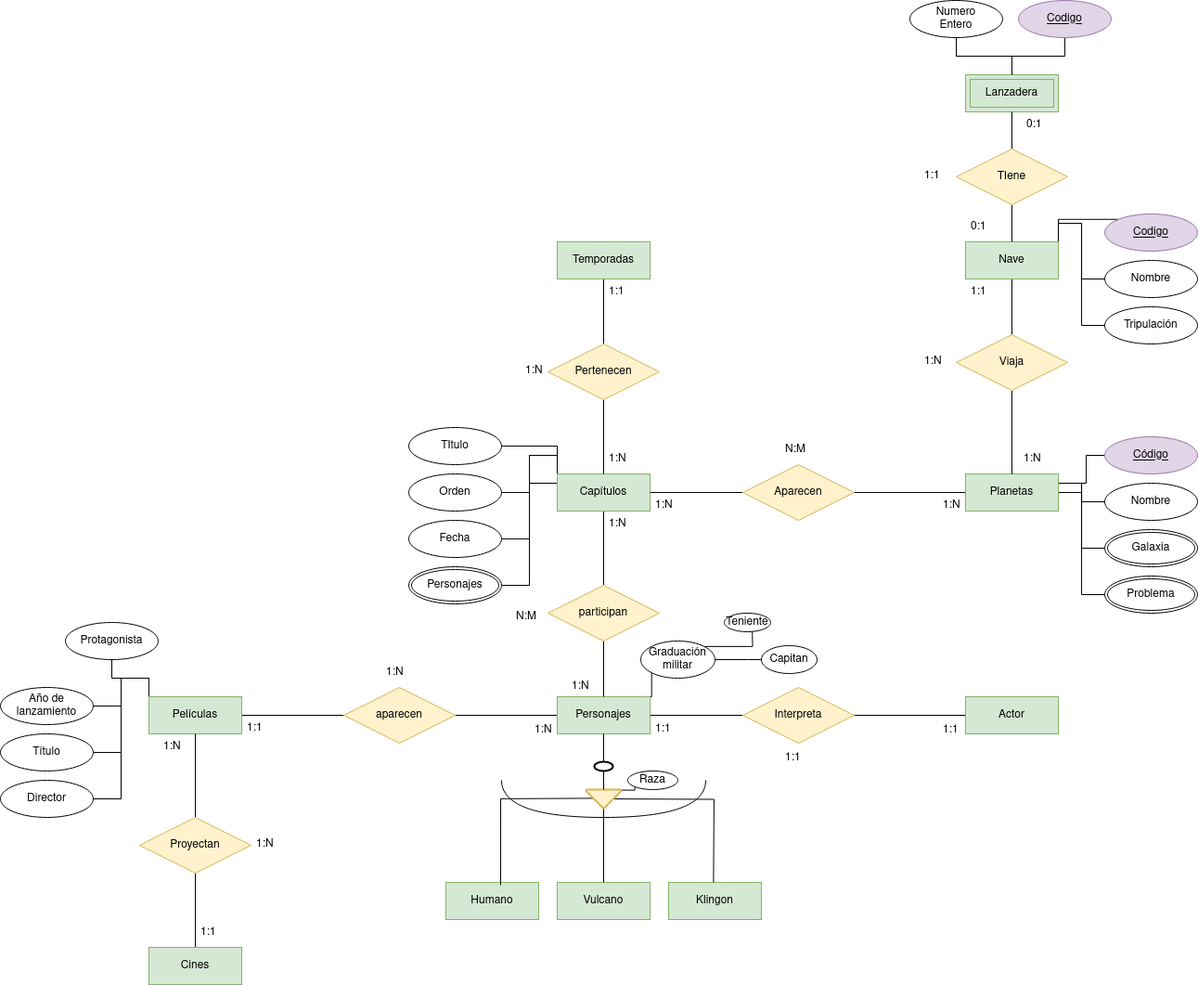
Before: Unidad-1/Tareas/Tarea-evaluable3/Diagrama sin título.drawio.png, a diagram exported from draw.io (jdrguez/2-Daw). Source tidied: cells renumbered, new cells last; positions are measured from the earlier drawing's top-left corner, leaving out a move shared by most shapes.
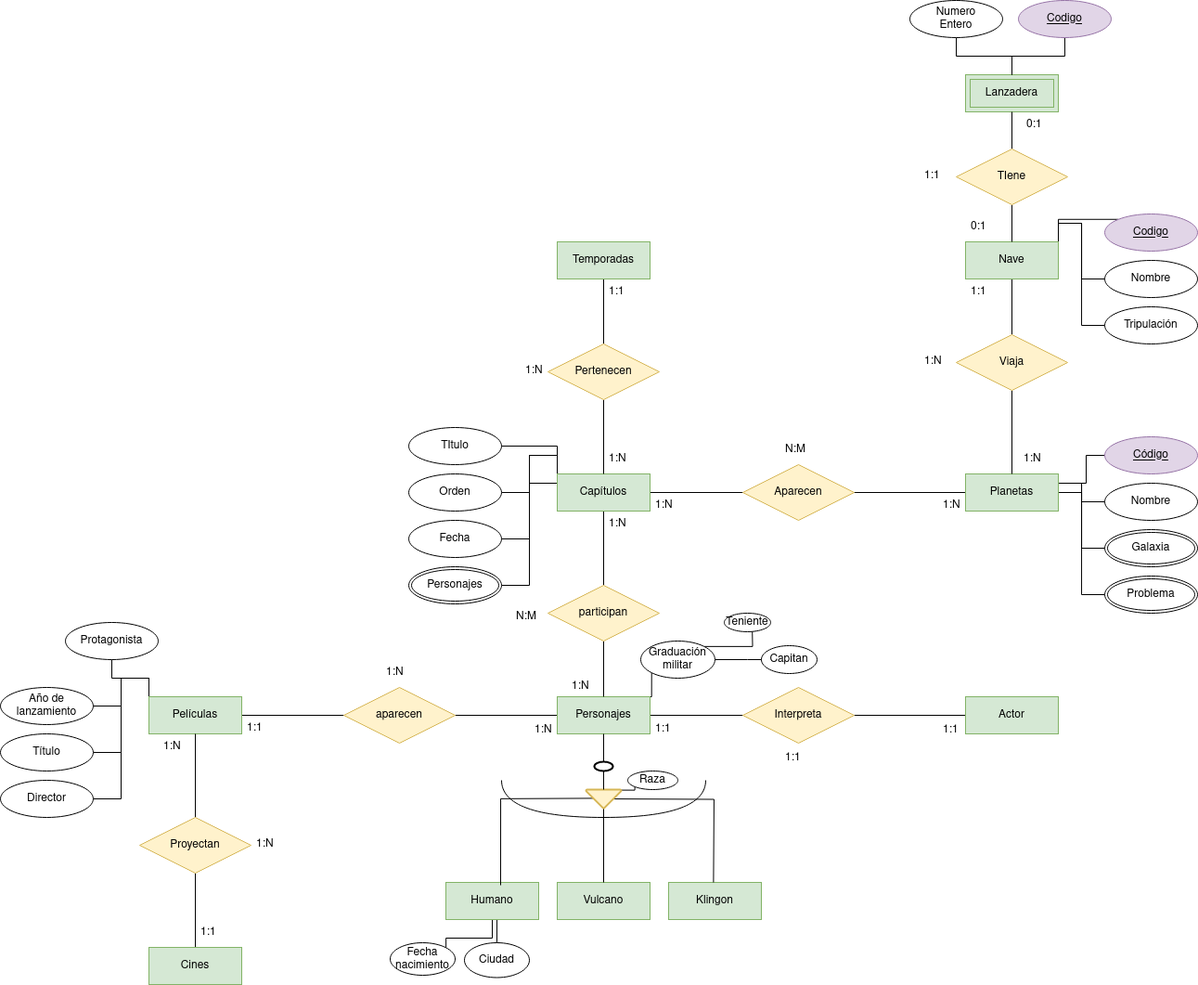
The same file after the commit.

What changed in the source:
```diff
@@ -14,6 +14,12 @@
     <mxCell id="5" value="Personajes" style="whiteSpace=wrap;html=1;align=center;fillColor=#d5e8d4;strokeColor=#82b366;" parent="1" vertex="1">
       <mxGeometry x="600" y="750" width="100" height="40" as="geometry" />
     </mxCell>
+    <mxCell id="112" style="edgeStyle=orthogonalEdgeStyle;rounded=0;jettySize=auto;html=1;exitX=0.5;exitY=1;exitDx=0;exitDy=0;entryX=1;entryY=0;entryDx=0;entryDy=0;endArrow=none;endFill=0;" parent="1" edge="1" source="6" target="114">
+      <mxGeometry relative="1" as="geometry" />
+    </mxCell>
+    <mxCell id="113" style="edgeStyle=orthogonalEdgeStyle;rounded=0;jettySize=auto;html=1;exitX=0.5;exitY=1;exitDx=0;exitDy=0;entryX=0.5;entryY=0;entryDx=0;entryDy=0;endArrow=none;endFill=0;" parent="1" edge="1" source="6" target="115">
+      <mxGeometry relative="1" as="geometry" />
+    </mxCell>
     <mxCell id="6" value="Humano" style="whiteSpace=wrap;html=1;align=center;fillColor=#d5e8d4;strokeColor=#82b366;" parent="1" vertex="1">
       <mxGeometry x="480" y="950" width="100" height="40" as="geometry" />
     </mxCell>
@@ -346,5 +352,11 @@
     <mxCell id="111" value="&lt;div&gt;Numero&lt;/div&gt;&lt;div&gt;Entero&lt;br&gt;&lt;/div&gt;" style="ellipse;whiteSpace=wrap;html=1;align=center;" parent="1" vertex="1">
       <mxGeometry x="980" width="100" height="40" as="geometry" />
     </mxCell>
+    <mxCell id="114" value="&lt;div&gt;Fecha&lt;/div&gt;&lt;div&gt;nacimiento&lt;br&gt;&lt;/div&gt;" style="ellipse;whiteSpace=wrap;html=1;align=center;" parent="1" vertex="1">
+      <mxGeometry x="420" y="1015" width="70" height="35" as="geometry" />
+    </mxCell>
+    <mxCell id="115" value="Ciudad" style="ellipse;whiteSpace=wrap;html=1;align=center;" parent="1" vertex="1">
+      <mxGeometry x="500" y="1015" width="70" height="37.5" as="geometry" />
+    </mxCell>
   </root>
 </mxGraphModel>
```
